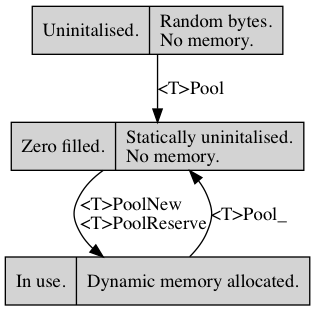
The Graphviz diagram web/states.png in neil-edelman/boxes, before a commit. Its source is kept beside it as web/states.gv.
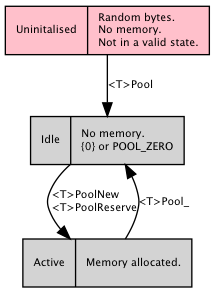
Later version of the same file.

What changed in the source:
```diff
@@ -1,8 +1,13 @@
 digraph {
+	fontname = "Bitstream Vera Sans"
+	fontsize = 8
+	node [ fontname = "Bitstream Vera Sans" fontsize = 8 shape = "record" ]
+	edge [ fontname = "Bitstream Vera Sans" fontsize = 8 ]
+
 	node [ shape=record, style=filled ];
-	null [ label = "Uninitalised.|Random bytes.\lNo memory.\l" ];
-	static [ label = "Zero filled.|Statically uninitalised.\lNo memory.\l" ];
-	dynamic [ label = "In use.|Dynamic memory allocated.\n" ];
+	null [ label = "Uninitalised|Random bytes.\lNo memory.\lNot in a valid state.\l", fillcolor = pink ];
+	static [ label = "Idle|No memory.\l\{0\} or POOL_ZERO\l" ];
+	dynamic [ label = "Active|Memory allocated.\n" ];
 	null -> static [ label = "<T>Pool" ];
 	static -> dynamic [ label = "<T>PoolNew\l<T>PoolReserve" ];
 	dynamic -> static [ label = "<T>Pool_" ];
```
